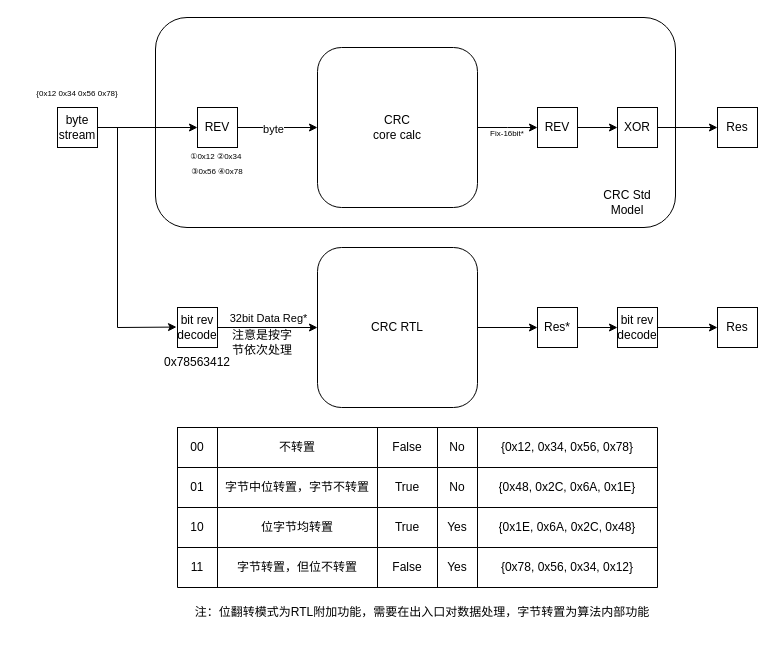
iceyxy/flow-chart-drawio keeps this draw.io diagram as page "第 2 页" (2 of 5) of drawio/crc.drawio. Above is the earlier version. Source tidied: cells renumbered, new cells numbered last; positions are measured from the earlier drawing's top-left corner, leaving out a move shared by most shapes. Both pictures are drawn from the tidied source at 100%, with x=0, y=0 at pixel (17, 17).
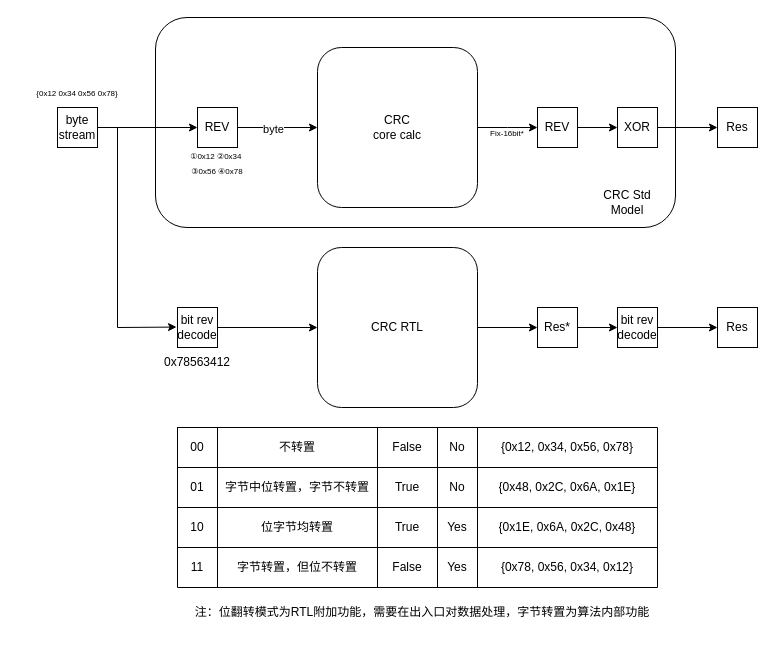
The same page after the edit.

The change refers to these unchanged cells:
```xml
<mxCell id="46" style="edgeStyle=orthogonalEdgeStyle;rounded=0;jettySize=auto;html=1;entryX=0;entryY=0.5;entryDx=0;entryDy=0;" parent="1" edge="1" source="41" target="43">
  <mxGeometry relative="1" as="geometry" />
</mxCell>
```

What changed in the source:
```diff
@@
-    <mxCell id="47" value="32bit Data Reg*" style="edgeLabel;html=1;align=center;verticalAlign=middle;" parent="46" vertex="1">
-      <mxGeometry x="-0.12" y="1" relative="1" as="geometry">
-        <mxPoint x="6" y="-9" as="offset" />
-      </mxGeometry>
-    </mxCell>
@@
-    <mxCell id="54" value="注意是按字节依次处理" style="text;html=1;whiteSpace=wrap;strokeColor=none;fillColor=none;align=center;verticalAlign=middle;rounded=0;" parent="1" vertex="1">
-      <mxGeometry x="210" y="310" width="70" height="30" as="geometry" />
-    </mxCell>
```
